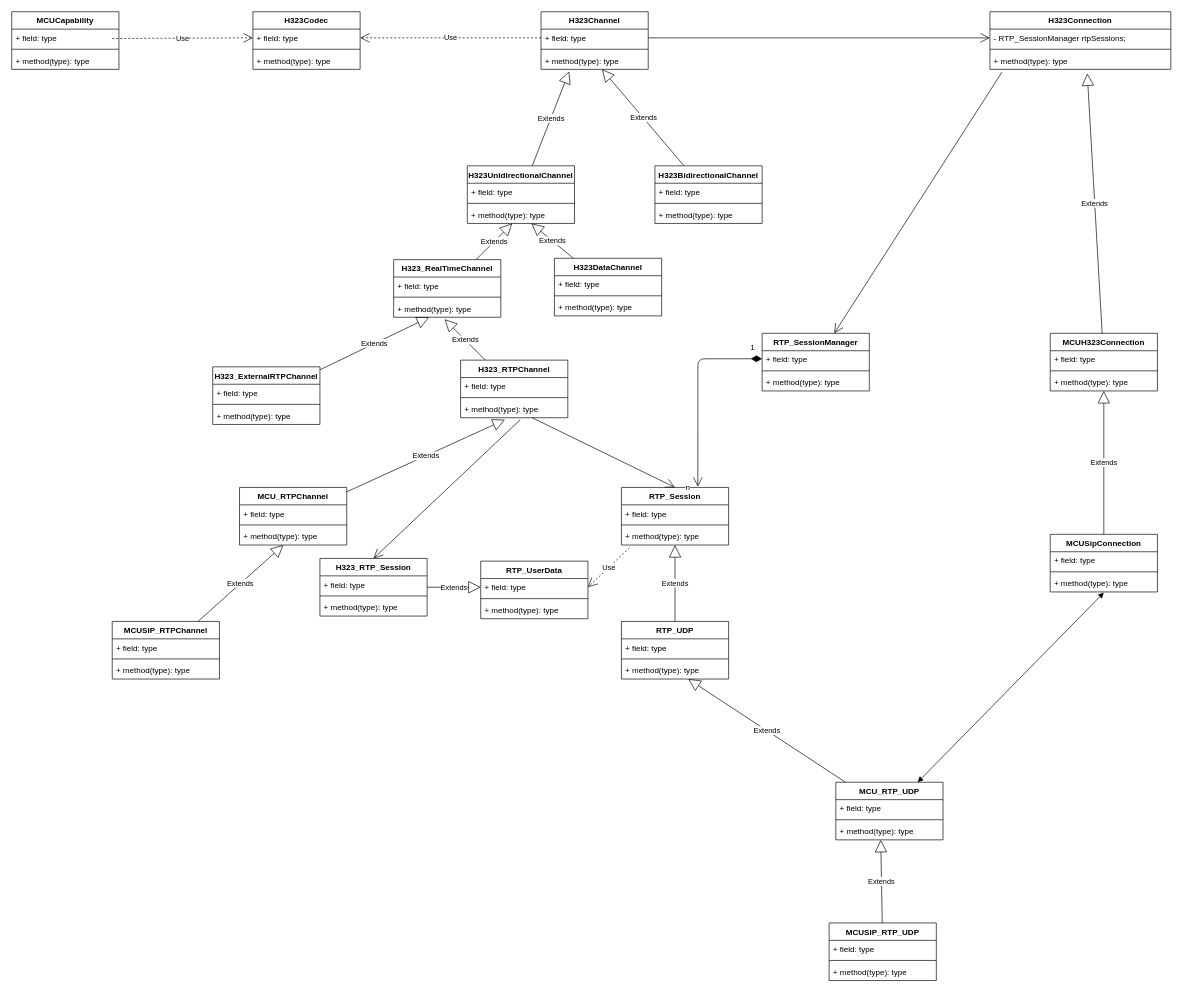
The draw.io diagram page "RTPChannel" (7 of 7) of openmcu (18).drawio in lcrboy/doc, before the edit. Source tidied: cells renumbered, new cells numbered last; positions are measured from the earlier drawing's top-left corner, leaving out a move shared by most shapes. Both pictures are drawn from the tidied source at 67%, with x=0, y=0 at pixel (11, 11).
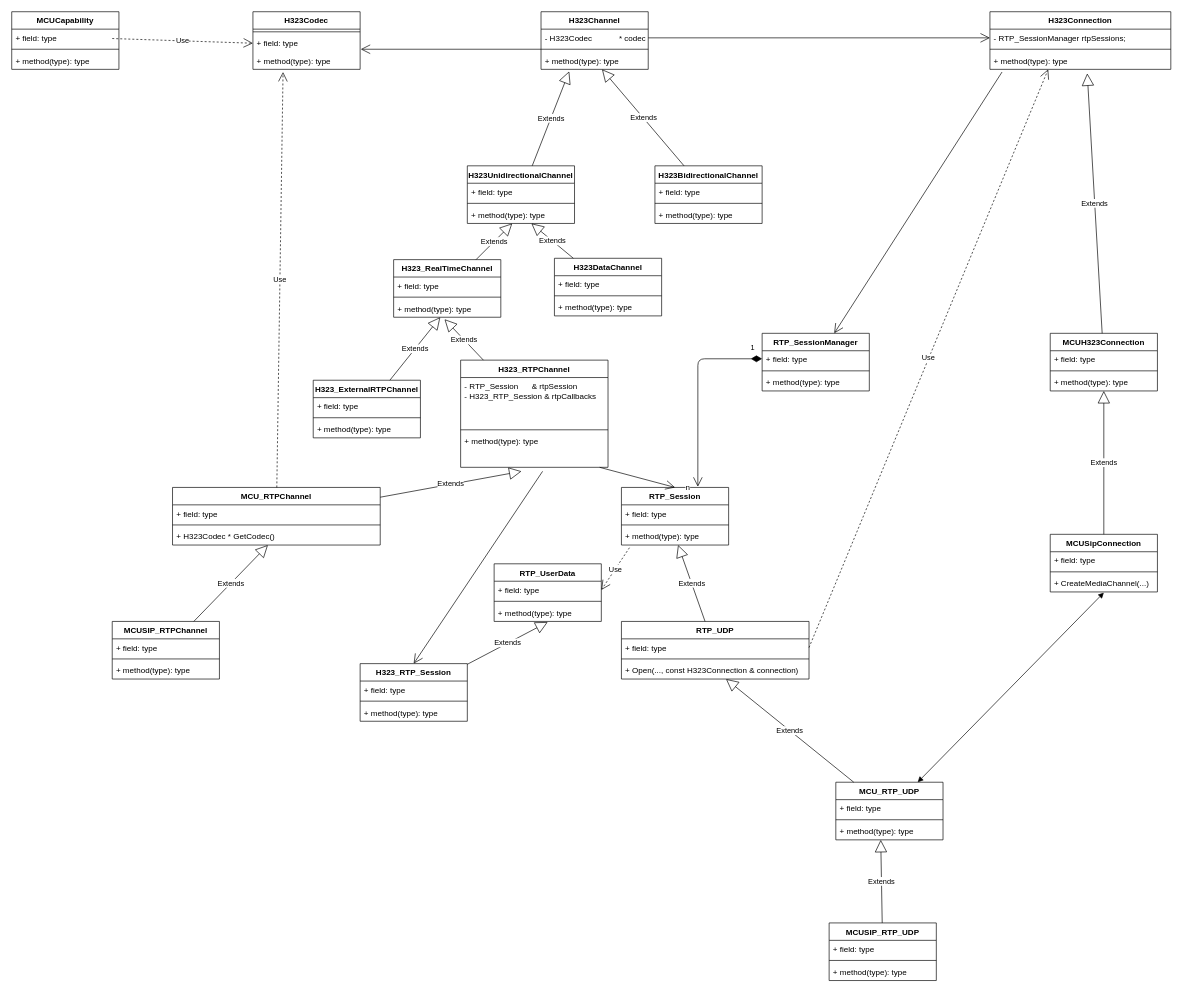
The same page after the edit.

The change refers to these unchanged cells:
```xml
<mxCell id="2" value="H323Channel" style="swimlane;fontStyle=1;align=center;verticalAlign=top;horizontal=1;startSize=26;" parent="1" vertex="1">
  <mxGeometry x="790" width="160" height="86" as="geometry" />
</mxCell>
<mxCell id="4" style="line;strokeWidth=1;fillColor=none;align=left;verticalAlign=middle;spacingTop=-1;spacingLeft=3;spacingRight=3;labelPosition=right;points=[];portConstraint=eastwest;" parent="2" vertex="1">
  <mxGeometry y="52" width="160" height="8" as="geometry" />
</mxCell>
<mxCell id="37" value="+ field: type" style="text;strokeColor=none;fillColor=none;align=left;verticalAlign=top;spacingLeft=4;spacingRight=4;overflow=hidden;points=[[0,0.5],[1,0.5]];portConstraint=eastwest;" parent="36" vertex="1">
  <mxGeometry y="26" width="160" height="26" as="geometry" />
</mxCell>
<mxCell id="39" value="+ method(type): type" style="text;strokeColor=none;fillColor=none;align=left;verticalAlign=top;spacingLeft=4;spacingRight=4;overflow=hidden;points=[[0,0.5],[1,0.5]];portConstraint=eastwest;" parent="36" vertex="1">
  <mxGeometry y="60" width="160" height="26" as="geometry" />
</mxCell>
<mxCell id="56" value="MCUSipConnection" style="swimlane;fontStyle=1;align=center;verticalAlign=top;horizontal=1;startSize=26;" parent="1" vertex="1">
  <mxGeometry x="1550" y="780" width="160" height="86" as="geometry" />
</mxCell>
<mxCell id="67" value="+ method(type): type" style="text;strokeColor=none;fillColor=none;align=left;verticalAlign=top;spacingLeft=4;spacingRight=4;overflow=hidden;points=[[0,0.5],[1,0.5]];portConstraint=eastwest;" parent="64" vertex="1">
  <mxGeometry y="60" width="270" height="26" as="geometry" />
</mxCell>
<mxCell id="100" value="H323Codec" style="swimlane;fontStyle=1;align=center;verticalAlign=top;horizontal=1;startSize=26;" parent="1" vertex="1">
  <mxGeometry x="360" width="160" height="86" as="geometry" />
</mxCell>
<mxCell id="103" value="+ method(type): type" style="text;strokeColor=none;fillColor=none;align=left;verticalAlign=top;spacingLeft=4;spacingRight=4;overflow=hidden;points=[[0,0.5],[1,0.5]];portConstraint=eastwest;" parent="100" vertex="1">
  <mxGeometry y="60" width="160" height="26" as="geometry" />
</mxCell>
```

Change to the diagram source:
```diff
@@
-    <mxCell id="3" value="+ field: type" style="text;strokeColor=none;fillColor=none;align=left;verticalAlign=top;spacingLeft=4;spacingRight=4;overflow=hidden;points=[[0,0.5],[1,0.5]];portConstraint=eastwest;" parent="2" vertex="1">
+    <mxCell id="3" value="- H323Codec            * codec;" style="text;strokeColor=none;fillColor=none;align=left;verticalAlign=top;spacingLeft=4;spacingRight=4;overflow=hidden;points=[[0,0.5],[1,0.5]];portConstraint=eastwest;" parent="2" vertex="1">
       <mxGeometry y="26" width="160" height="26" as="geometry" />
     </mxCell>
@@
     <mxCell id="21" value="H323_RTPChannel" style="swimlane;fontStyle=1;align=center;verticalAlign=top;horizontal=1;startSize=26;" parent="1" vertex="1">
-      <mxGeometry x="670" y="520" width="160" height="86" as="geometry" />
+      <mxGeometry x="670" y="520" width="220" height="160" as="geometry" />
     </mxCell>
-    <mxCell id="22" value="+ field: type" style="text;strokeColor=none;fillColor=none;align=left;verticalAlign=top;spacingLeft=4;spacingRight=4;overflow=hidden;" parent="21" vertex="1">
-      <mxGeometry y="26" width="160" height="26" as="geometry" />
+    <mxCell id="22" value="- RTP_Session      &amp; rtpSession&#10;- H323_RTP_Session &amp; rtpCallbacks" style="text;strokeColor=none;fillColor=none;align=left;verticalAlign=top;spacingLeft=4;spacingRight=4;overflow=hidden;" parent="21" vertex="1">
+      <mxGeometry y="26" width="220" height="74" as="geometry" />
     </mxCell>
     <mxCell id="23" style="line;strokeWidth=1;fillColor=none;align=left;verticalAlign=middle;spacingTop=-1;spacingLeft=3;spacingRight=3;labelPosition=right;" parent="21" vertex="1">
-      <mxGeometry y="52" width="160" height="8" as="geometry" />
+      <mxGeometry y="100" width="220" height="8" as="geometry" />
     </mxCell>
     <mxCell id="24" value="+ method(type): type" style="text;strokeColor=none;fillColor=none;align=left;verticalAlign=top;spacingLeft=4;spacingRight=4;overflow=hidden;points=[[0,0.5],[1,0.5]];portConstraint=eastwest;" parent="21" vertex="1">
-      <mxGeometry y="60" width="160" height="26" as="geometry" />
+      <mxGeometry y="108" width="220" height="52" as="geometry" />
     </mxCell>
@@
     <mxCell id="26" value="H323_ExternalRTPChannel" style="swimlane;fontStyle=1;align=center;verticalAlign=top;horizontal=1;startSize=26;" parent="1" vertex="1">
-      <mxGeometry x="300" y="530" width="160" height="86" as="geometry" />
+      <mxGeometry x="450" y="550" width="160" height="86" as="geometry" />
     </mxCell>
@@
     <mxCell id="36" value="RTP_UserData" style="swimlane;fontStyle=1;align=center;verticalAlign=top;horizontal=1;startSize=26;" parent="1" vertex="1">
-      <mxGeometry x="700" y="820" width="160" height="86" as="geometry" />
+      <mxGeometry x="720" y="824" width="160" height="86" as="geometry" />
     </mxCell>
@@
     <mxCell id="40" value="H323_RTP_Session" style="swimlane;fontStyle=1;align=center;verticalAlign=top;horizontal=1;startSize=26;" parent="1" vertex="1">
-      <mxGeometry x="460" y="816" width="160" height="86" as="geometry" />
+      <mxGeometry x="520" y="973" width="160" height="86" as="geometry" />
     </mxCell>
@@
-    <mxCell id="48" value="Extends" style="endArrow=block;endSize=16;endFill=0;html=1;" parent="1" edge="1" source="40" target="37">
+    <mxCell id="48" value="Extends" style="endArrow=block;endSize=16;endFill=0;html=1;entryX=0.5;entryY=1.038;entryDx=0;entryDy=0;entryPerimeter=0;" parent="1" edge="1" source="40" target="39">
       <mxGeometry relative="1" as="geometry" />
     </mxCell>
@@
     <mxCell id="51" value="MCU_RTPChannel" style="swimlane;fontStyle=1;align=center;verticalAlign=top;horizontal=1;startSize=26;" parent="1" vertex="1">
-      <mxGeometry x="340" y="710" width="160" height="86" as="geometry" />
+      <mxGeometry x="240" y="710" width="310" height="86" as="geometry" />
     </mxCell>
     <mxCell id="52" value="+ field: type" style="text;strokeColor=none;fillColor=none;align=left;verticalAlign=top;spacingLeft=4;spacingRight=4;overflow=hidden;" parent="51" vertex="1">
-      <mxGeometry y="26" width="160" height="26" as="geometry" />
+      <mxGeometry y="26" width="310" height="26" as="geometry" />
     </mxCell>
     <mxCell id="53" style="line;strokeWidth=1;fillColor=none;align=left;verticalAlign=middle;spacingTop=-1;spacingLeft=3;spacingRight=3;labelPosition=right;" parent="51" vertex="1">
-      <mxGeometry y="52" width="160" height="8" as="geometry" />
+      <mxGeometry y="52" width="310" height="8" as="geometry" />
     </mxCell>
-    <mxCell id="54" value="+ method(type): type" style="text;strokeColor=none;fillColor=none;align=left;verticalAlign=top;spacingLeft=4;spacingRight=4;overflow=hidden;points=[[0,0.5],[1,0.5]];portConstraint=eastwest;" parent="51" vertex="1">
-      <mxGeometry y="60" width="160" height="26" as="geometry" />
+    <mxCell id="54" value="+ H323Codec * GetCodec()" style="text;strokeColor=none;fillColor=none;align=left;verticalAlign=top;spacingLeft=4;spacingRight=4;overflow=hidden;points=[[0,0.5],[1,0.5]];portConstraint=eastwest;" parent="51" vertex="1">
+      <mxGeometry y="60" width="310" height="26" as="geometry" />
     </mxCell>
@@
-    <mxCell id="59" value="+ method(type): type" style="text;strokeColor=none;fillColor=none;align=left;verticalAlign=top;spacingLeft=4;spacingRight=4;overflow=hidden;points=[[0,0.5],[1,0.5]];portConstraint=eastwest;" parent="56" vertex="1">
+    <mxCell id="59" value="+ CreateMediaChannel(...)" style="text;strokeColor=none;fillColor=none;align=left;verticalAlign=top;spacingLeft=4;spacingRight=4;overflow=hidden;points=[[0,0.5],[1,0.5]];portConstraint=eastwest;" parent="56" vertex="1">
       <mxGeometry y="60" width="160" height="26" as="geometry" />
     </mxCell>
@@
     <mxCell id="89" value="RTP_UDP" style="swimlane;fontStyle=1;align=center;verticalAlign=top;horizontal=1;startSize=26;" parent="1" vertex="1">
-      <mxGeometry x="910" y="910" width="160" height="86" as="geometry" />
+      <mxGeometry x="910" y="910" width="280" height="86" as="geometry" />
     </mxCell>
     <mxCell id="90" value="+ field: type" style="text;strokeColor=none;fillColor=none;align=left;verticalAlign=top;spacingLeft=4;spacingRight=4;overflow=hidden;points=[[0,0.5],[1,0.5]];portConstraint=eastwest;" parent="89" vertex="1">
-      <mxGeometry y="26" width="160" height="26" as="geometry" />
+      <mxGeometry y="26" width="280" height="26" as="geometry" />
     </mxCell>
     <mxCell id="91" style="line;strokeWidth=1;fillColor=none;align=left;verticalAlign=middle;spacingTop=-1;spacingLeft=3;spacingRight=3;labelPosition=right;" parent="89" vertex="1">
-      <mxGeometry y="52" width="160" height="8" as="geometry" />
+      <mxGeometry y="52" width="280" height="8" as="geometry" />
     </mxCell>
-    <mxCell id="92" value="+ method(type): type" style="text;strokeColor=none;fillColor=none;align=left;verticalAlign=top;spacingLeft=4;spacingRight=4;overflow=hidden;points=[[0,0.5],[1,0.5]];portConstraint=eastwest;" parent="89" vertex="1">
-      <mxGeometry y="60" width="160" height="26" as="geometry" />
+    <mxCell id="92" value="+ Open(..., const H323Connection &amp; connection)" style="text;strokeColor=none;fillColor=none;align=left;verticalAlign=top;spacingLeft=4;spacingRight=4;overflow=hidden;points=[[0,0.5],[1,0.5]];portConstraint=eastwest;" parent="89" vertex="1">
+      <mxGeometry y="60" width="280" height="26" as="geometry" />
     </mxCell>
@@
+    <mxCell id="102" style="line;strokeWidth=1;fillColor=none;align=left;verticalAlign=middle;spacingTop=-1;spacingLeft=3;spacingRight=3;labelPosition=right;" parent="100" vertex="1">
+      <mxGeometry y="26" width="160" height="8" as="geometry" />
+    </mxCell>
     <mxCell id="101" value="+ field: type" style="text;strokeColor=none;fillColor=none;align=left;verticalAlign=top;spacingLeft=4;spacingRight=4;overflow=hidden;points=[[0,0.5],[1,0.5]];portConstraint=eastwest;" parent="100" vertex="1">
-      <mxGeometry y="26" width="160" height="26" as="geometry" />
+      <mxGeometry y="34" width="160" height="26" as="geometry" />
     </mxCell>
-    <mxCell id="102" style="line;strokeWidth=1;fillColor=none;align=left;verticalAlign=middle;spacingTop=-1;spacingLeft=3;spacingRight=3;labelPosition=right;" parent="100" vertex="1">
-      <mxGeometry y="52" width="160" height="8" as="geometry" />
-    </mxCell>
@@
-    <mxCell id="104" value="Use" style="endArrow=open;endSize=12;dashed=1;html=1;entryX=1;entryY=0.5;entryDx=0;entryDy=0;exitX=0;exitY=0.5;exitDx=0;exitDy=0;" parent="1" edge="1" source="3" target="101">
-      <mxGeometry relative="1" as="geometry" />
-    </mxCell>
@@
+    <mxCell id="110" value="Use" style="endArrow=open;endSize=12;dashed=1;html=1;entryX=0.322;entryY=1;entryDx=0;entryDy=0;entryPerimeter=0;" parent="1" edge="1" source="90" target="67">
+      <mxGeometry relative="1" as="geometry">
+        <Array as="points">
+          <mxPoint x="1190" y="949" />
+        </Array>
+      </mxGeometry>
+    </mxCell>
+    <mxCell id="111" style="endArrow=open;endFill=1;endSize=12;html=1;entryX=1.006;entryY=0.846;entryDx=0;entryDy=0;entryPerimeter=0;" parent="1" edge="1" source="4" target="101">
+      <mxGeometry relative="1" as="geometry" />
+    </mxCell>
+    <mxCell id="112" value="Use" style="endArrow=open;endSize=12;dashed=1;html=1;entryX=0.281;entryY=1.154;entryDx=0;entryDy=0;entryPerimeter=0;" parent="1" edge="1" source="51" target="103">
+      <mxGeometry relative="1" as="geometry" />
+    </mxCell>
```
